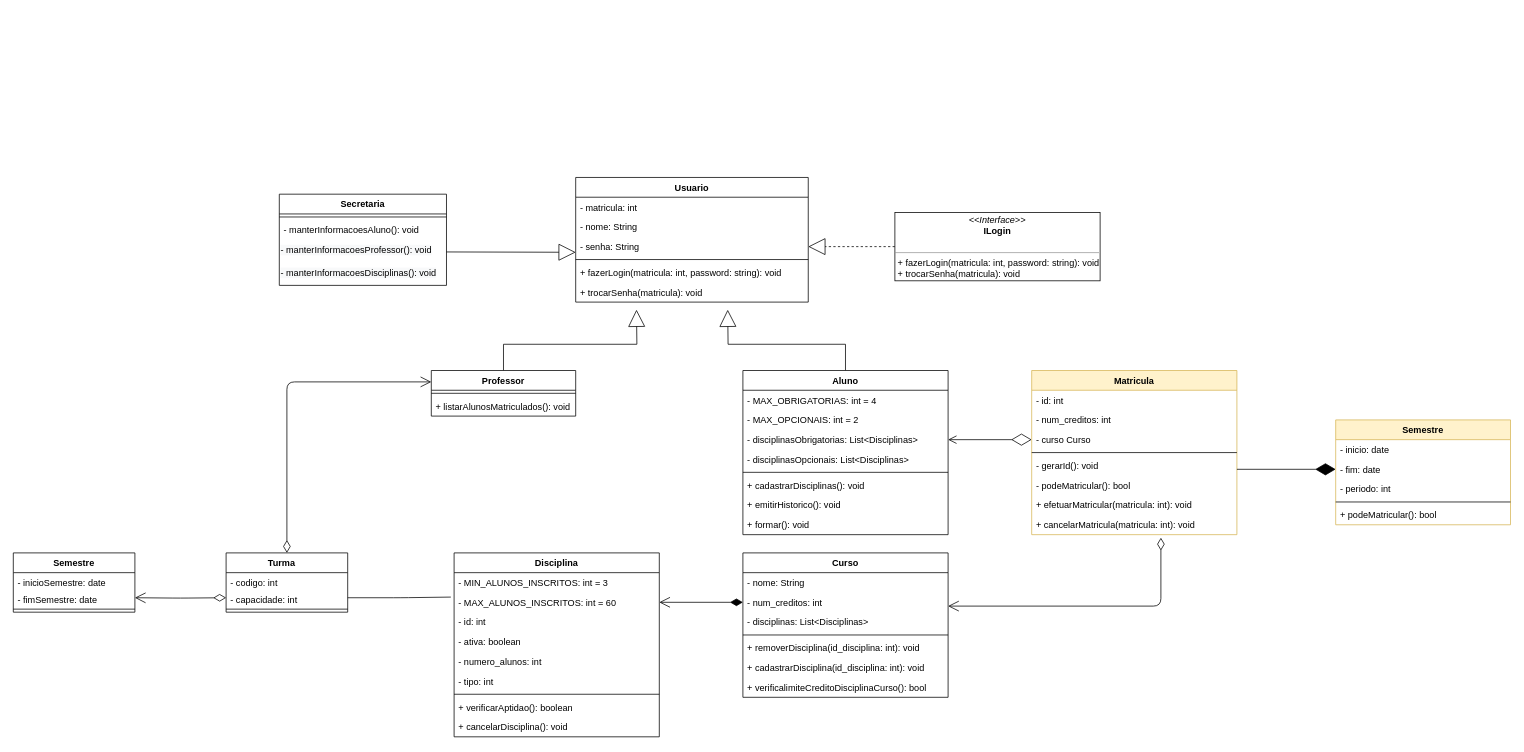
The draw.io diagram DIAGRAMA_CLASSE.drawio in joeyclapton/projeto, before the edit. Source tidied: cells renumbered, new cells numbered last; positions are measured from the earlier drawing's top-left corner, leaving out a move shared by most shapes. Both pictures are drawn from the tidied source at 76%, with x=0, y=0 at pixel (13, 177).
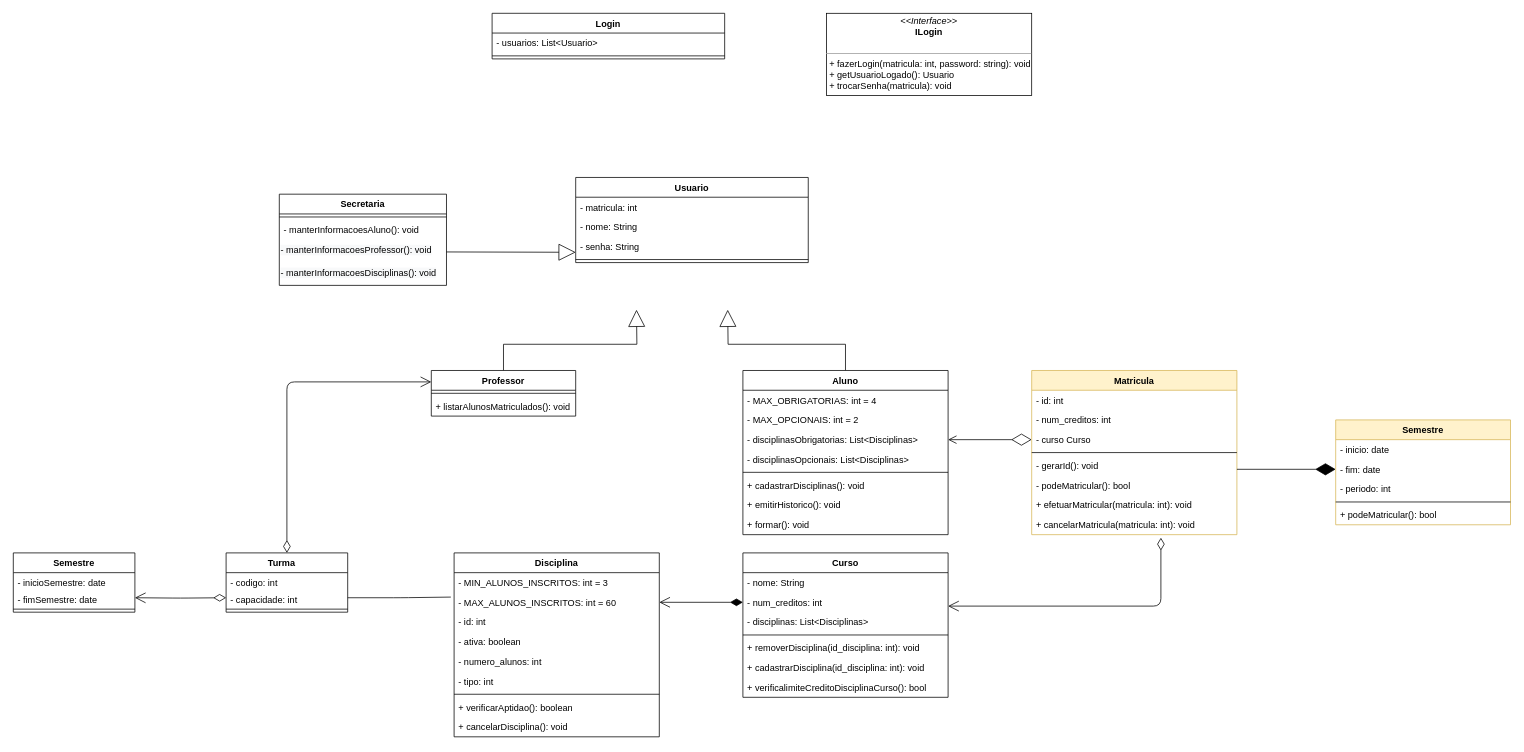
The same diagram, later.

The change refers to these unchanged cells:
```xml
<mxCell id="5" value="- senha: String" style="text;strokeColor=none;fillColor=none;align=left;verticalAlign=top;spacingLeft=4;spacingRight=4;overflow=hidden;points=[[0,0.5],[1,0.5]];portConstraint=eastwest;" parent="2" vertex="1">
  <mxGeometry y="78" width="306" height="26" as="geometry" />
</mxCell>
```

Change to the diagram source:
```diff
@@
     <mxCell id="2" value="Usuario" style="swimlane;fontStyle=1;align=center;verticalAlign=top;horizontal=1;startSize=26;" parent="1" vertex="1">
-      <mxGeometry x="740" width="306" height="164" as="geometry" />
+      <mxGeometry x="740" width="306" height="112" as="geometry" />
     </mxCell>
@@
-    <mxCell id="7" value="+ fazerLogin(matricula: int, password: string): void" style="text;strokeColor=none;fillColor=none;align=left;verticalAlign=top;spacingLeft=4;spacingRight=4;overflow=hidden;" parent="2" vertex="1">
-      <mxGeometry y="112" width="306" height="26" as="geometry" />
-    </mxCell>
-    <mxCell id="8" value="+ trocarSenha(matricula): void" style="text;strokeColor=none;fillColor=none;align=left;verticalAlign=top;spacingLeft=4;spacingRight=4;overflow=hidden;" parent="2" vertex="1">
-      <mxGeometry y="138" width="306" height="26" as="geometry" />
-    </mxCell>
@@
-    <mxCell id="59" style="edgeStyle=orthogonalEdgeStyle;rounded=0;jettySize=auto;html=1;exitX=0;exitY=0.5;exitDx=0;exitDy=0;entryX=1;entryY=0.5;entryDx=0;entryDy=0;endArrow=block;endFill=0;endSize=20;dashed=1;" parent="1" edge="1" source="60" target="5">
-      <mxGeometry relative="1" as="geometry" />
-    </mxCell>
-    <mxCell id="60" value="&lt;p style=&quot;margin: 0px ; margin-top: 4px ; text-align: center&quot;&gt;&lt;i&gt;&amp;lt;&amp;lt;Interface&amp;gt;&amp;gt;&lt;/i&gt;&lt;br&gt;&lt;b&gt;ILogin&lt;/b&gt;&lt;/p&gt;&lt;p style=&quot;margin: 0px ; margin-left: 4px&quot;&gt;&lt;br&gt;&lt;/p&gt;&lt;hr size=&quot;1&quot;&gt;&lt;p style=&quot;margin: 0px ; margin-left: 4px&quot;&gt;+ fazerLogin(matricula: int, password: string): void&lt;br&gt;+ trocarSenha(matricula): void&lt;/p&gt;" style="verticalAlign=top;align=left;overflow=fill;fontSize=12;fontFamily=Helvetica;html=1;" parent="1" vertex="1">
-      <mxGeometry x="1160" y="46" width="270" height="90" as="geometry" />
+    <mxCell id="60" value="&lt;p style=&quot;margin: 0px ; margin-top: 4px ; text-align: center&quot;&gt;&lt;i&gt;&amp;lt;&amp;lt;Interface&amp;gt;&amp;gt;&lt;/i&gt;&lt;br&gt;&lt;b&gt;ILogin&lt;/b&gt;&lt;/p&gt;&lt;p style=&quot;margin: 0px ; margin-left: 4px&quot;&gt;&lt;br&gt;&lt;/p&gt;&lt;hr size=&quot;1&quot;&gt;&lt;p style=&quot;margin: 0px ; margin-left: 4px&quot;&gt;+ fazerLogin(matricula: int, password: string): void&lt;br&gt;+ getUsuarioLogado(): Usuario&lt;br&gt;&lt;/p&gt;&lt;p style=&quot;margin: 0px ; margin-left: 4px&quot;&gt;+ trocarSenha(matricula): void&lt;/p&gt;" style="verticalAlign=top;align=left;overflow=fill;fontSize=12;fontFamily=Helvetica;html=1;" parent="1" vertex="1">
+      <mxGeometry x="1070" y="-216" width="270" height="108" as="geometry" />
     </mxCell>
@@
+    <mxCell id="79" value="Login" style="swimlane;fontStyle=1;align=center;verticalAlign=top;horizontal=1;startSize=26;" parent="1" vertex="1">
+      <mxGeometry x="630" y="-216" width="306" height="60" as="geometry" />
+    </mxCell>
+    <mxCell id="80" value="- usuarios: List&lt;Usuario&gt;" style="text;strokeColor=none;fillColor=none;align=left;verticalAlign=top;spacingLeft=4;spacingRight=4;overflow=hidden;" parent="79" vertex="1">
+      <mxGeometry y="26" width="306" height="26" as="geometry" />
+    </mxCell>
+    <mxCell id="81" style="line;strokeWidth=1;fillColor=none;align=left;verticalAlign=middle;spacingTop=-1;spacingLeft=3;spacingRight=3;labelPosition=right;" parent="79" vertex="1">
+      <mxGeometry y="52" width="306" height="8" as="geometry" />
+    </mxCell>
```
